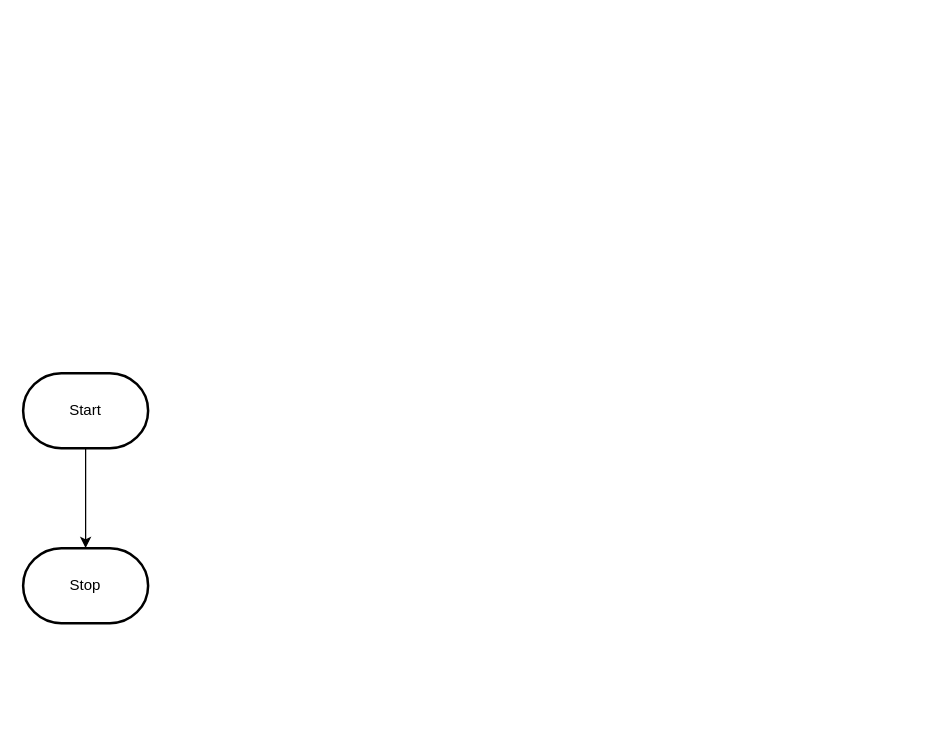
Above: design/flowchart.drawio in MTHS-ICS2O-2-2022/ICS2O-Unit-5-06-Mariam-Kasim (draw.io), before the change. Source tidied: cells renumbered, new cells numbered last; positions are measured from the earlier drawing's top-left corner, leaving out a move shared by most shapes. Both pictures are drawn from the tidied source at 125%, with x=0, y=0 at pixel (22, 372).
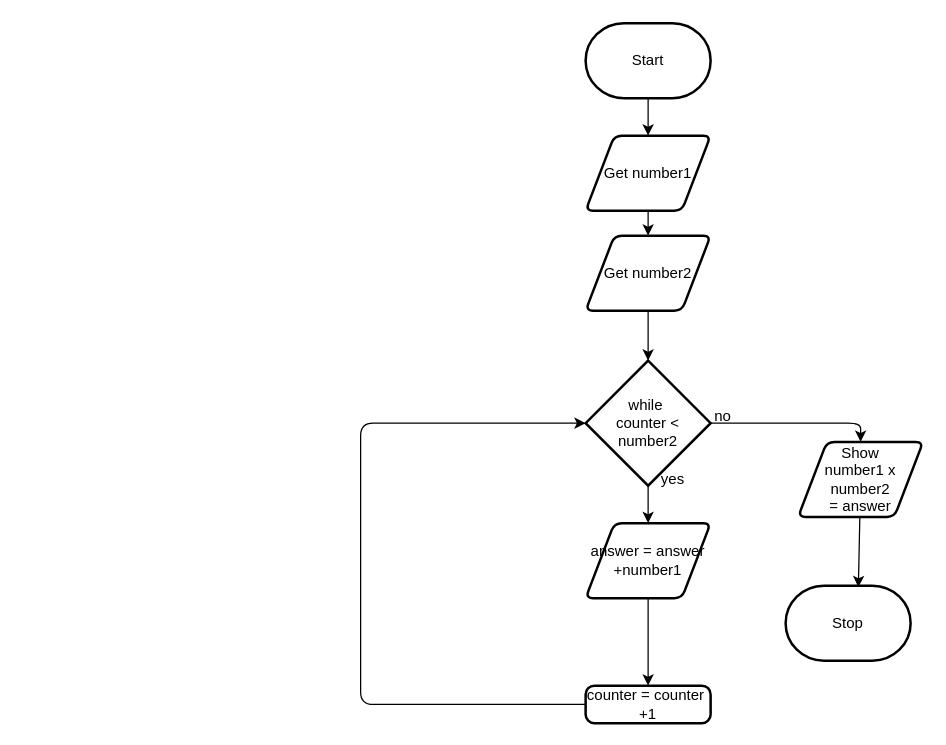
Above is the later version.

The edit, as a diff of the source:
```diff
@@
-    <mxCell id="2" style="edgeStyle=orthogonalEdgeStyle;html=1;rounded=0;" parent="1" edge="1" source="3" target="4">
+    <mxCell id="2" style="edgeStyle=none;html=1;" parent="1" edge="1" source="3" target="6">
       <mxGeometry relative="1" as="geometry" />
     </mxCell>
     <mxCell id="3" value="Start" style="strokeWidth=2;html=1;shape=mxgraph.flowchart.terminator;whiteSpace=wrap;" parent="1" vertex="1">
-      <mxGeometry width="100" height="60" as="geometry" />
+      <mxGeometry x="450" y="-280" width="100" height="60" as="geometry" />
     </mxCell>
     <mxCell id="4" value="Stop" style="strokeWidth=2;html=1;shape=mxgraph.flowchart.terminator;whiteSpace=wrap;" parent="1" vertex="1">
-      <mxGeometry y="140" width="100" height="60" as="geometry" />
+      <mxGeometry x="610" y="170" width="100" height="60" as="geometry" />
     </mxCell>
+    <mxCell id="5" style="edgeStyle=none;html=1;" parent="1" edge="1" source="6" target="8">
+      <mxGeometry relative="1" as="geometry" />
+    </mxCell>
+    <mxCell id="6" value="Get number1" style="shape=parallelogram;html=1;strokeWidth=2;perimeter=parallelogramPerimeter;whiteSpace=wrap;rounded=1;arcSize=12;size=0.23;" parent="1" vertex="1">
+      <mxGeometry x="450" y="-190" width="100" height="60" as="geometry" />
+    </mxCell>
+    <mxCell id="7" style="edgeStyle=none;html=1;" parent="1" edge="1" source="8" target="11">
+      <mxGeometry relative="1" as="geometry" />
+    </mxCell>
+    <mxCell id="8" value="Get number2" style="shape=parallelogram;html=1;strokeWidth=2;perimeter=parallelogramPerimeter;whiteSpace=wrap;rounded=1;arcSize=12;size=0.23;" parent="1" vertex="1">
+      <mxGeometry x="450" y="-110" width="100" height="60" as="geometry" />
+    </mxCell>
+    <mxCell id="9" style="edgeStyle=none;html=1;" parent="1" edge="1" source="11" target="15">
+      <mxGeometry relative="1" as="geometry">
+        <Array as="points">
+          <mxPoint x="670" y="40" />
+        </Array>
+      </mxGeometry>
+    </mxCell>
+    <mxCell id="10" style="edgeStyle=none;html=1;" parent="1" edge="1" source="11" target="17">
+      <mxGeometry relative="1" as="geometry" />
+    </mxCell>
+    <mxCell id="11" value="while&amp;nbsp;&lt;br&gt;counter &amp;lt;&lt;br&gt;number2" style="strokeWidth=2;html=1;shape=mxgraph.flowchart.decision;whiteSpace=wrap;" parent="1" vertex="1">
+      <mxGeometry x="450" y="-10" width="100" height="100" as="geometry" />
+    </mxCell>
+    <mxCell id="12" value="no" style="text;strokeColor=none;align=center;fillColor=none;html=1;verticalAlign=middle;whiteSpace=wrap;rounded=0;" parent="1" vertex="1">
+      <mxGeometry x="530" y="20" width="60" height="30" as="geometry" />
+    </mxCell>
+    <mxCell id="13" value="yes" style="text;strokeColor=none;align=center;fillColor=none;html=1;verticalAlign=middle;whiteSpace=wrap;rounded=0;" parent="1" vertex="1">
+      <mxGeometry x="490" y="70" width="60" height="30" as="geometry" />
+    </mxCell>
+    <mxCell id="14" style="edgeStyle=none;html=1;entryX=0.582;entryY=0.02;entryDx=0;entryDy=0;entryPerimeter=0;" parent="1" edge="1" source="15" target="4">
+      <mxGeometry relative="1" as="geometry" />
+    </mxCell>
+    <mxCell id="15" value="Show &lt;br&gt;number1 x number2&lt;br&gt;= answer" style="shape=parallelogram;html=1;strokeWidth=2;perimeter=parallelogramPerimeter;whiteSpace=wrap;rounded=1;arcSize=12;size=0.23;" parent="1" vertex="1">
+      <mxGeometry x="620" y="55" width="100" height="60" as="geometry" />
+    </mxCell>
+    <mxCell id="16" style="edgeStyle=none;html=1;" parent="1" edge="1" source="17" target="19">
+      <mxGeometry relative="1" as="geometry" />
+    </mxCell>
+    <mxCell id="17" value="answer = answer&lt;br&gt;+number1" style="shape=parallelogram;html=1;strokeWidth=2;perimeter=parallelogramPerimeter;whiteSpace=wrap;rounded=1;arcSize=12;size=0.23;" parent="1" vertex="1">
+      <mxGeometry x="450" y="120" width="100" height="60" as="geometry" />
+    </mxCell>
+    <mxCell id="18" style="edgeStyle=none;html=1;entryX=0;entryY=0.5;entryDx=0;entryDy=0;entryPerimeter=0;" parent="1" edge="1" source="19" target="11">
+      <mxGeometry relative="1" as="geometry">
+        <Array as="points">
+          <mxPoint x="270" y="265" />
+          <mxPoint x="270" y="40" />
+        </Array>
+      </mxGeometry>
+    </mxCell>
+    <mxCell id="19" value="counter = counter&amp;nbsp;&lt;br&gt;+1" style="rounded=1;whiteSpace=wrap;html=1;absoluteArcSize=1;arcSize=14;strokeWidth=2;" parent="1" vertex="1">
+      <mxGeometry x="450" y="250" width="100" height="30" as="geometry" />
+    </mxCell>
```
